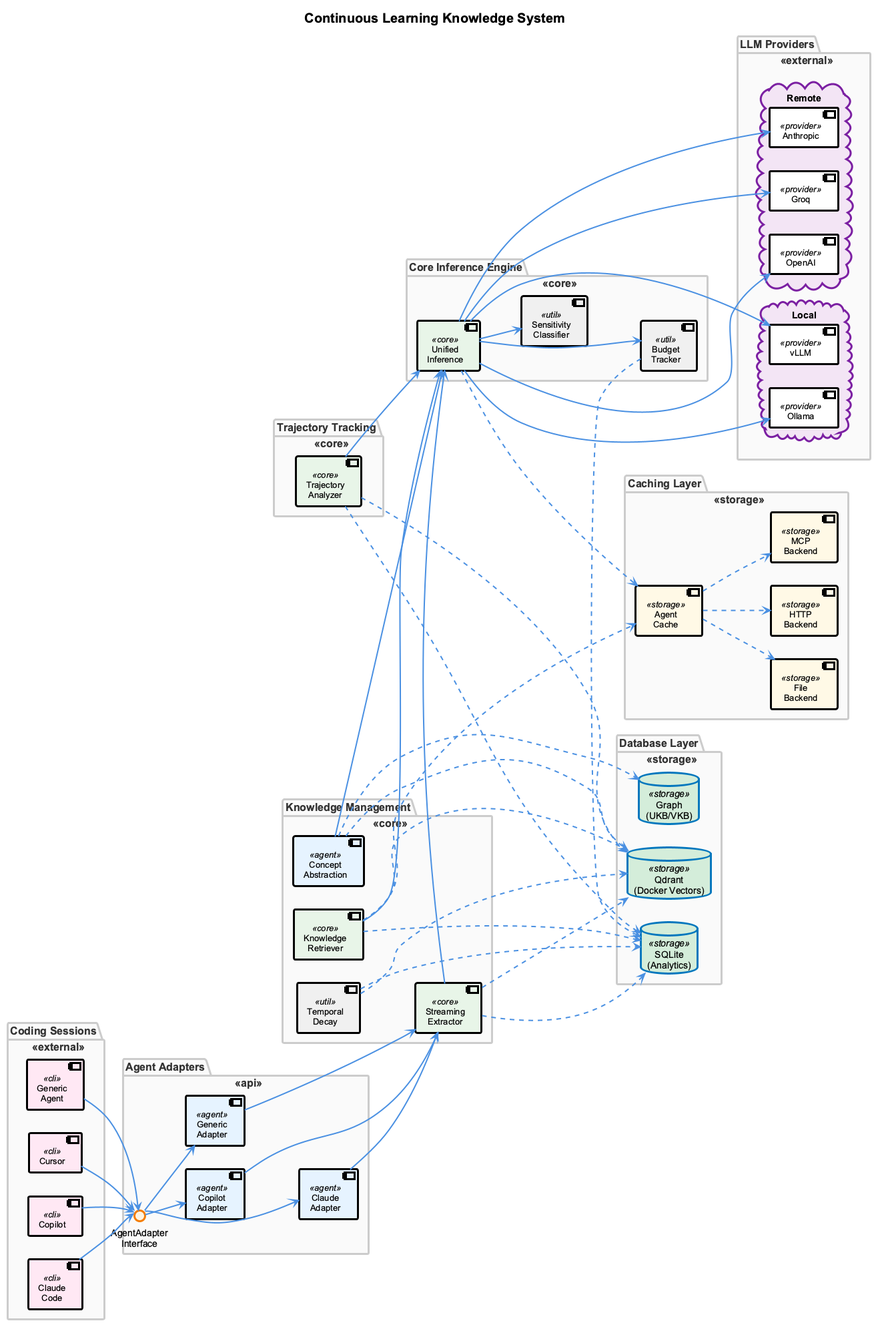
Above: docs/presentation/images/continuous-learning-architecture.png in fwornle/coding (PlantUML), before the change.
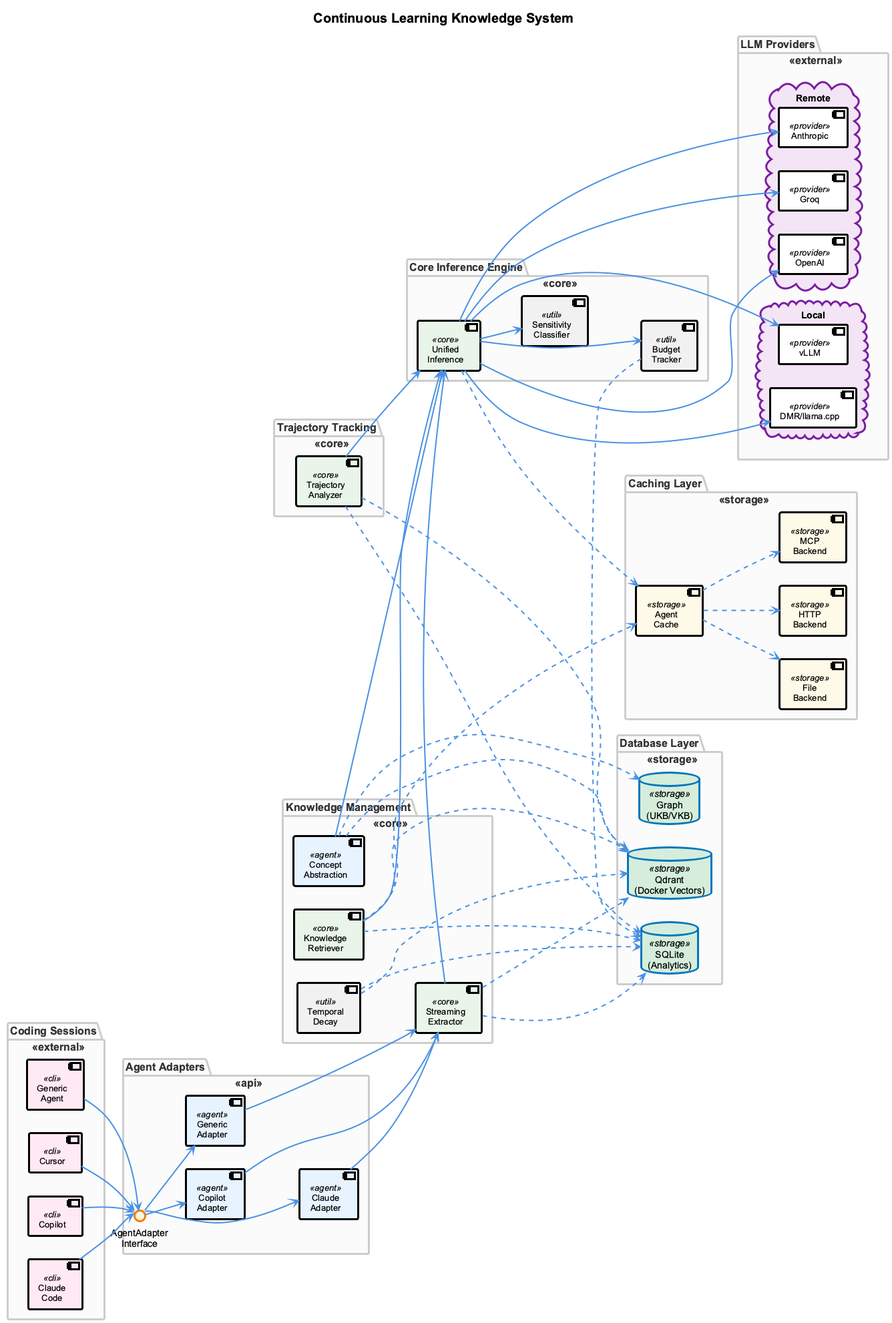
After the commit.

Diff of the diagram source:
```diff
@@ -64,7 +64,7 @@
       component "OpenAI" as OPENAI <<provider>>
     }
     cloud "Local" as LOCAL {
-      component "Ollama" as OLLAMA <<provider>>
+      component "DMR/llama.cpp" as LOCALLLM <<provider>>
       component "vLLM" as VLLM <<provider>>
     }
   }
@@ -85,8 +85,8 @@
 MBACK -[hidden]right-> GROQ
 GROQ -[hidden]right-> ANTHRO
 ANTHRO -[hidden]right-> OPENAI
-OPENAI -[hidden]right-> OLLAMA
-OLLAMA -[hidden]right-> VLLM
+OPENAI -[hidden]right-> LOCALLLM
+LOCALLLM -[hidden]right-> VLLM
 
 COPILOT -[hidden]down-> ADAPTER_API
 CPA -[hidden]down-> CA
@@ -117,7 +117,7 @@
 ENGINE --> GROQ
 ENGINE --> ANTHRO
 ENGINE --> OPENAI
-ENGINE --> OLLAMA
+ENGINE --> LOCALLLM
 ENGINE --> VLLM
 
 EXTRACTOR ..> QDRANT
```
